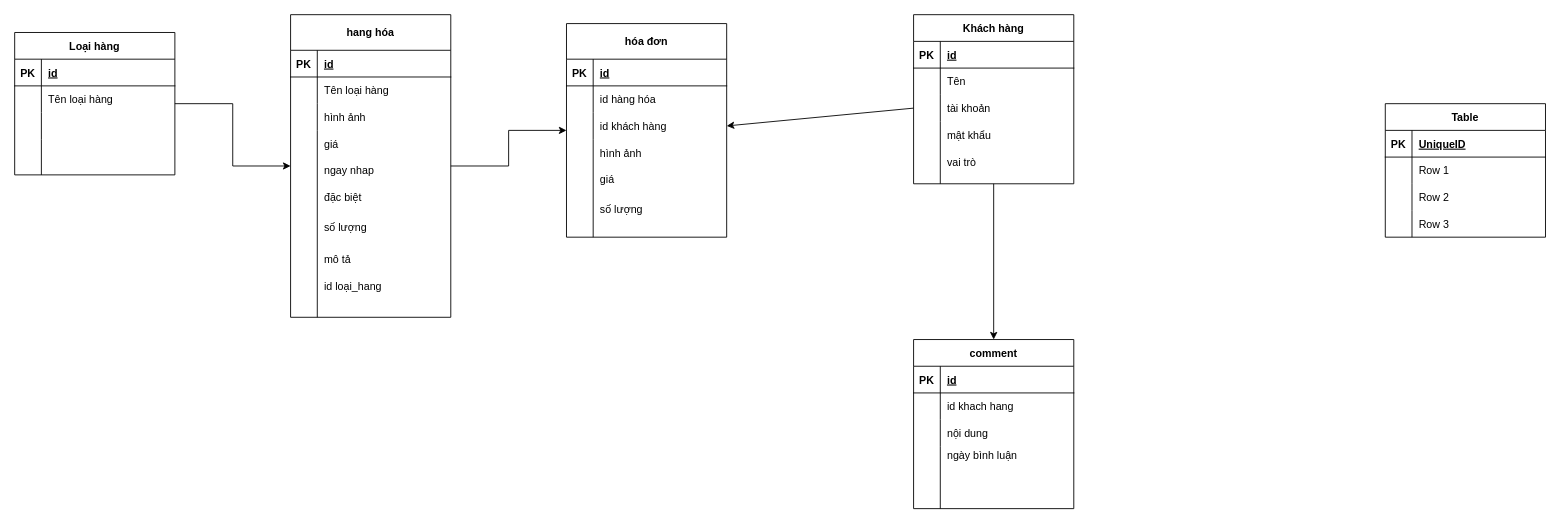
Earlier version of the draw.io diagram page "Trang-2" (2 of 2) of use case.drawio (trungdao1709/nhom9ne). Source tidied: cells renumbered, new cells numbered last; positions are measured from the earlier drawing's top-left corner, leaving out a move shared by most shapes. Both pictures are drawn from the tidied source at 89%, with x=0, y=0 at pixel (14, 14).
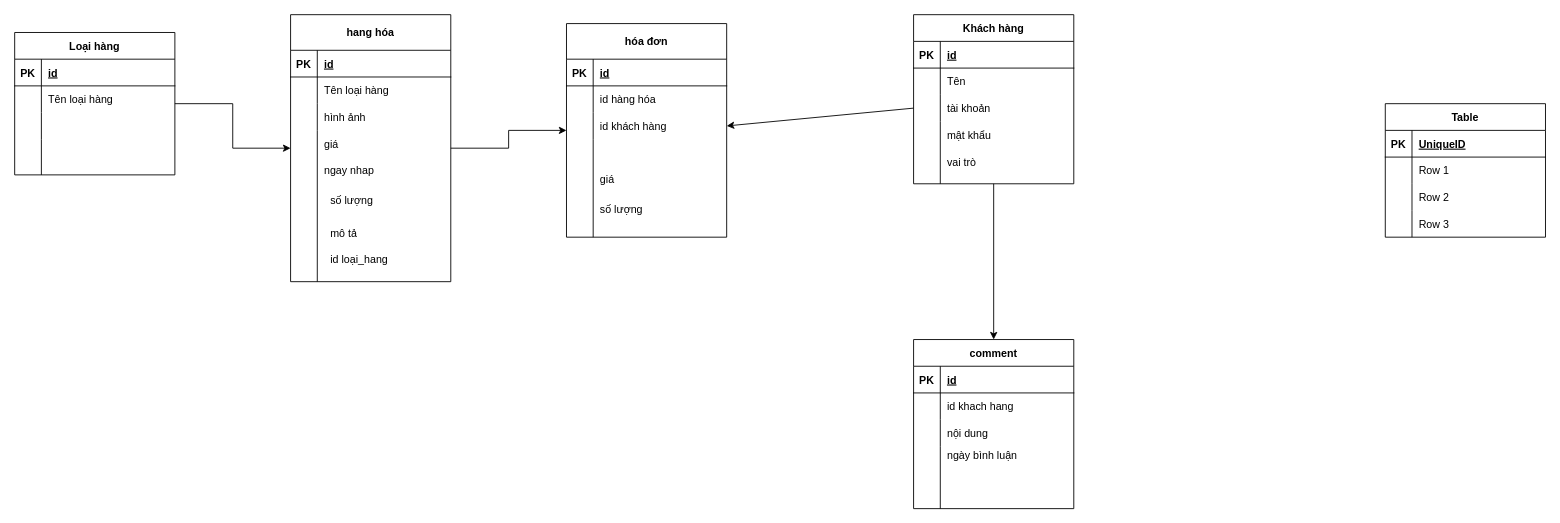
The same diagram, later.

Change to the diagram source:
```diff
@@
     <mxCell id="30" value="hang hóa" style="shape=table;startSize=40;childLayout=tableLayout;rowLines=0;fontStyle=1;align=center;" parent="1" vertex="1">
-      <mxGeometry x="310" width="180" height="340" as="geometry" />
+      <mxGeometry x="310" width="180" height="300" as="geometry" />
     </mxCell>
@@
     <mxCell id="40" style="shape=tableRow;horizontal=0;startSize=0;swimlaneHead=0;swimlaneBody=0;fillColor=none;top=0;left=0;right=0;bottom=0;" parent="30" vertex="1">
-      <mxGeometry y="130" width="180" height="210" as="geometry" />
+      <mxGeometry y="130" width="180" height="170" as="geometry" />
     </mxCell>
     <mxCell id="41" style="shape=partialRectangle;fillColor=none;top=0;left=0;bottom=0;right=0;overflow=hidden;" parent="40" vertex="1">
-      <mxGeometry width="30" height="210" as="geometry" />
+      <mxGeometry width="30" height="170" as="geometry" />
     </mxCell>
     <mxCell id="42" style="shape=partialRectangle;fillColor=none;top=0;left=0;bottom=0;right=0;align=left;spacingLeft=6;overflow=hidden;" parent="40" vertex="1">
-      <mxGeometry x="30" width="150" height="210" as="geometry" />
+      <mxGeometry x="30" width="150" height="170" as="geometry" />
     </mxCell>
@@
-    <mxCell id="45" value="đặc biệt" style="shape=partialRectangle;fillColor=none;top=0;left=0;bottom=0;right=0;align=left;spacingLeft=6;overflow=hidden;" parent="1" vertex="1">
-      <mxGeometry x="340" y="190" width="150" height="30" as="geometry" />
-    </mxCell>
     <mxCell id="46" value="số lượng&#10;" style="shape=partialRectangle;fillColor=none;top=0;left=0;bottom=0;right=0;align=left;spacingLeft=6;overflow=hidden;" parent="1" vertex="1">
-      <mxGeometry x="340" y="230" width="150" height="30" as="geometry" />
+      <mxGeometry x="347" y="200" width="150" height="30" as="geometry" />
     </mxCell>
     <mxCell id="47" value="mô tả" style="shape=partialRectangle;fillColor=none;top=0;left=0;bottom=0;right=0;align=left;spacingLeft=6;overflow=hidden;" parent="1" vertex="1">
-      <mxGeometry x="340" y="260" width="150" height="30" as="geometry" />
+      <mxGeometry x="347" y="230" width="150" height="30" as="geometry" />
     </mxCell>
@@
     <mxCell id="62" value="id loại_hang" style="shape=partialRectangle;fillColor=none;top=0;left=0;bottom=0;right=0;align=left;spacingLeft=6;overflow=hidden;" parent="1" vertex="1">
-      <mxGeometry x="340" y="290" width="150" height="30" as="geometry" />
+      <mxGeometry x="347" y="260" width="150" height="30" as="geometry" />
     </mxCell>
@@
-    <mxCell id="92" value="hình ảnh" style="shape=partialRectangle;fillColor=none;top=0;left=0;bottom=0;right=0;align=left;spacingLeft=6;overflow=hidden;" parent="1" vertex="1">
-      <mxGeometry x="650" y="140" width="150" height="30" as="geometry" />
-    </mxCell>
```
